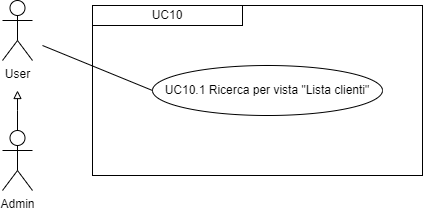
This is imgs/Uml/UC10.1.png from ShameIRL/farmacode, a draw.io export, as it was before one commit. Source tidied: cells renumbered, new cells last; positions are measured from the earlier drawing's top-left corner, leaving out a move shared by most shapes. The source it was exported from:
```xml
<mxGraphModel>
  <root>
    <mxCell id="0" />
    <mxCell id="1" parent="0" />
    <mxCell id="2" style="edgeStyle=orthogonalEdgeStyle;rounded=0;jettySize=auto;html=1;strokeColor=#000000;endArrow=block;endFill=0;" parent="1" edge="1" source="3">
      <mxGeometry relative="1" as="geometry">
        <mxPoint x="15" y="90" as="targetPoint" />
        <Array as="points">
          <mxPoint x="15" y="110" />
          <mxPoint x="15" y="110" />
        </Array>
      </mxGeometry>
    </mxCell>
    <mxCell id="3" value="Admin" style="shape=umlActor;verticalLabelPosition=bottom;verticalAlign=top;html=1;outlineConnect=0;" parent="1" vertex="1">
      <mxGeometry y="130" width="30" height="60" as="geometry" />
    </mxCell>
    <mxCell id="4" value="User" style="shape=umlActor;verticalLabelPosition=bottom;verticalAlign=top;html=1;" parent="1" vertex="1">
      <mxGeometry width="30" height="60" as="geometry" />
    </mxCell>
    <mxCell id="5" style="rounded=0;whiteSpace=wrap;html=1;fillColor=none;" parent="1" vertex="1">
      <mxGeometry x="90" y="5" width="330" height="170" as="geometry" />
    </mxCell>
    <mxCell id="6" value="&lt;div style=&quot;&quot;&gt;UC10&lt;/div&gt;" style="rounded=0;whiteSpace=wrap;html=1;fillColor=none;align=center;" parent="1" vertex="1">
      <mxGeometry x="90" y="5" width="150" height="20" as="geometry" />
    </mxCell>
    <mxCell id="7" value="UC10.1 Ricerca per vista &quot;Lista clienti&quot;" style="ellipse;whiteSpace=wrap;html=1;" parent="1" vertex="1">
      <mxGeometry x="150" y="65" width="230" height="50" as="geometry" />
    </mxCell>
    <mxCell id="8" style="endArrow=none;html=1;rounded=0;entryX=0;entryY=0.5;entryDx=0;entryDy=0;" parent="1" edge="1" target="7">
      <mxGeometry relative="1" as="geometry">
        <mxPoint x="40" y="45" as="sourcePoint" />
      </mxGeometry>
    </mxCell>
  </root>
</mxGraphModel>
```
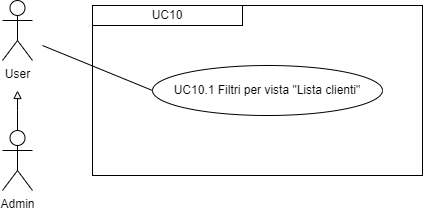
The same file after the commit.

What changed in the source:
```diff
@@ -23,7 +23,7 @@
     <mxCell id="6" value="&lt;div style=&quot;&quot;&gt;UC10&lt;/div&gt;" style="rounded=0;whiteSpace=wrap;html=1;fillColor=none;align=center;" parent="1" vertex="1">
       <mxGeometry x="90" y="5" width="150" height="20" as="geometry" />
     </mxCell>
-    <mxCell id="7" value="UC10.1 Ricerca per vista &quot;Lista clienti&quot;" style="ellipse;whiteSpace=wrap;html=1;" parent="1" vertex="1">
+    <mxCell id="7" value="UC10.1 Filtri per vista &quot;Lista clienti&quot;" style="ellipse;whiteSpace=wrap;html=1;" parent="1" vertex="1">
       <mxGeometry x="150" y="65" width="230" height="50" as="geometry" />
     </mxCell>
     <mxCell id="8" style="endArrow=none;html=1;rounded=0;entryX=0;entryY=0.5;entryDx=0;entryDy=0;" parent="1" edge="1" target="7">
```
